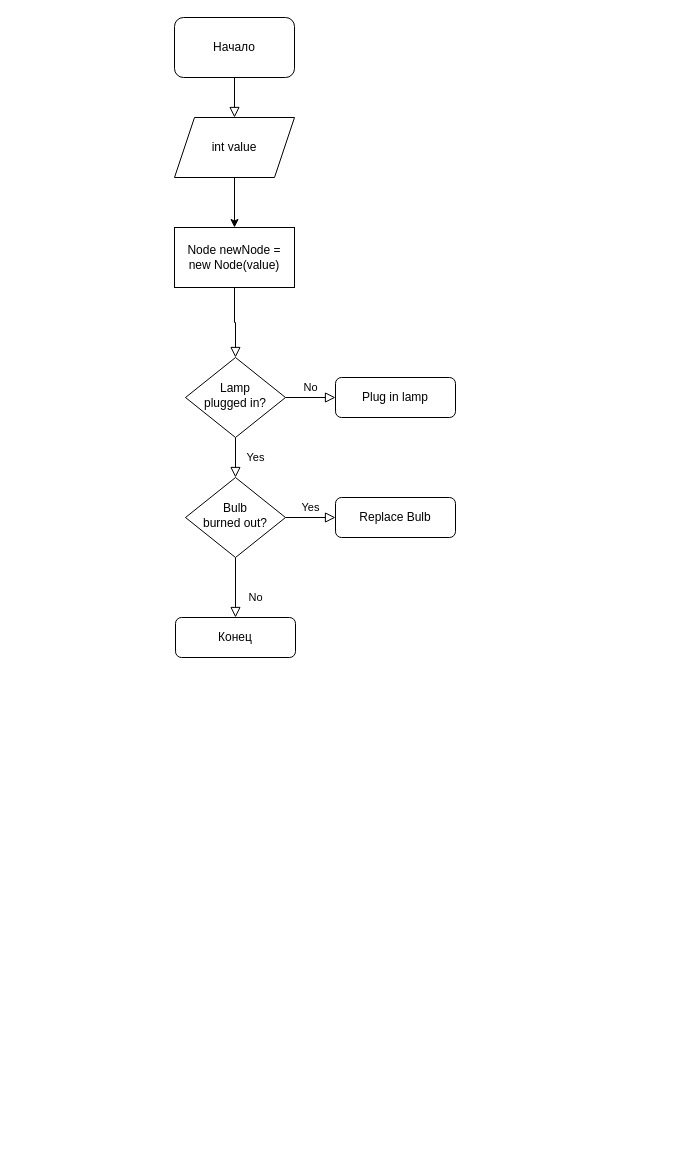
Earlier version of the draw.io diagram Диаграмма без названия.drawio (GokaPek/Noting). Source tidied: cells renumbered, new cells numbered last; positions are measured from the earlier drawing's top-left corner, leaving out a move shared by most shapes. Both pictures are drawn from the tidied source at 100%, with x=0, y=0 at pixel (174, 17).
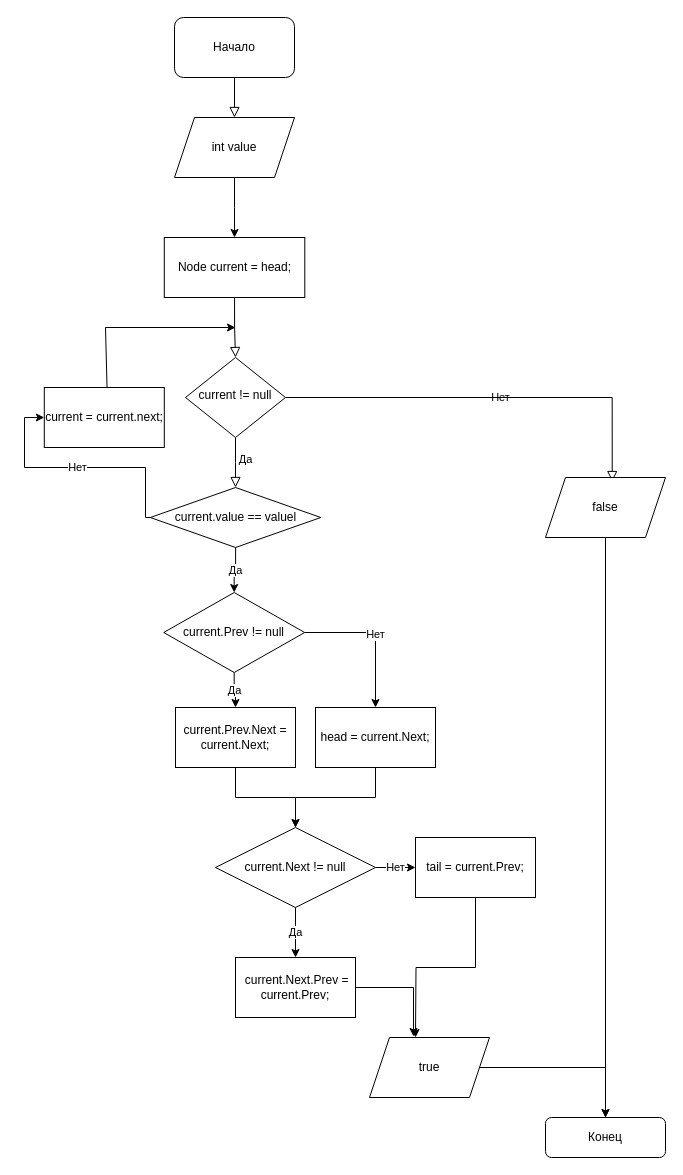
Above is the later version.

What changed in the source:
```diff
@@
-    <mxCell id="3" value="Yes" style="rounded=0;html=1;jettySize=auto;fontSize=11;endArrow=block;endFill=0;endSize=8;strokeWidth=1;shadow=0;labelBackgroundColor=none;edgeStyle=orthogonalEdgeStyle;" parent="1" edge="1" source="5" target="9">
-      <mxGeometry y="20" relative="1" as="geometry" />
+    <mxCell id="3" value="Да" style="rounded=0;html=1;jettySize=auto;fontSize=11;endArrow=block;endFill=0;endSize=8;strokeWidth=1;shadow=0;labelBackgroundColor=none;edgeStyle=orthogonalEdgeStyle;entryX=0.5;entryY=0;entryDx=0;entryDy=0;" parent="1" edge="1" source="5" target="27">
+      <mxGeometry x="-0.11" y="10" relative="1" as="geometry" />
     </mxCell>
-    <mxCell id="4" value="No" style="edgeStyle=orthogonalEdgeStyle;rounded=0;html=1;jettySize=auto;fontSize=11;endArrow=block;endFill=0;endSize=8;strokeWidth=1;shadow=0;labelBackgroundColor=none;" parent="1" edge="1" source="5" target="6">
-      <mxGeometry y="10" relative="1" as="geometry" />
+    <mxCell id="4" value="Нет" style="edgeStyle=orthogonalEdgeStyle;rounded=0;html=1;jettySize=auto;fontSize=11;endArrow=block;endFill=0;endSize=8;strokeWidth=1;shadow=0;labelBackgroundColor=none;entryX=0.556;entryY=0.067;entryDx=0;entryDy=0;entryPerimeter=0;" parent="1" edge="1" source="5" target="20">
+      <mxGeometry y="-10" relative="1" as="geometry">
+        <mxPoint x="10" y="-10" as="offset" />
+      </mxGeometry>
     </mxCell>
-    <mxCell id="5" value="Lamp&lt;br&gt;plugged in?" style="rhombus;whiteSpace=wrap;html=1;shadow=0;fontFamily=Helvetica;fontSize=12;align=center;strokeWidth=1;spacing=6;spacingTop=-4;" parent="1" vertex="1">
+    <mxCell id="5" value="current != null" style="rhombus;whiteSpace=wrap;html=1;shadow=0;fontFamily=Helvetica;fontSize=12;align=center;strokeWidth=1;spacing=6;spacingTop=-4;" parent="1" vertex="1">
       <mxGeometry x="11" y="340" width="100" height="80" as="geometry" />
     </mxCell>
-    <mxCell id="6" value="Plug in lamp" style="rounded=1;whiteSpace=wrap;html=1;fontSize=12;glass=0;strokeWidth=1;shadow=0;" parent="1" vertex="1">
-      <mxGeometry x="161" y="360" width="120" height="40" as="geometry" />
-    </mxCell>
-    <mxCell id="7" value="No" style="rounded=0;html=1;jettySize=auto;fontSize=11;endArrow=block;endFill=0;endSize=8;strokeWidth=1;shadow=0;labelBackgroundColor=none;edgeStyle=orthogonalEdgeStyle;" parent="1" edge="1" source="9" target="10">
-      <mxGeometry x="0.33" y="20" relative="1" as="geometry" />
-    </mxCell>
-    <mxCell id="8" value="Yes" style="edgeStyle=orthogonalEdgeStyle;rounded=0;html=1;jettySize=auto;fontSize=11;endArrow=block;endFill=0;endSize=8;strokeWidth=1;shadow=0;labelBackgroundColor=none;" parent="1" edge="1" source="9" target="11">
-      <mxGeometry y="10" relative="1" as="geometry" />
-    </mxCell>
-    <mxCell id="9" value="Bulb&lt;br&gt;burned out?" style="rhombus;whiteSpace=wrap;html=1;shadow=0;fontFamily=Helvetica;fontSize=12;align=center;strokeWidth=1;spacing=6;spacingTop=-4;" parent="1" vertex="1">
-      <mxGeometry x="11" y="460" width="100" height="80" as="geometry" />
-    </mxCell>
     <mxCell id="10" value="Конец" style="rounded=1;whiteSpace=wrap;html=1;fontSize=12;glass=0;strokeWidth=1;shadow=0;" parent="1" vertex="1">
-      <mxGeometry x="1" y="600" width="120" height="40" as="geometry" />
+      <mxGeometry x="371" y="1100" width="120" height="40" as="geometry" />
     </mxCell>
-    <mxCell id="11" value="Replace Bulb" style="rounded=1;whiteSpace=wrap;html=1;fontSize=12;glass=0;strokeWidth=1;shadow=0;" parent="1" vertex="1">
-      <mxGeometry x="161" y="480" width="120" height="40" as="geometry" />
-    </mxCell>
@@
-    <mxCell id="16" value="Node newNode = new Node(value)" style="rounded=0;whiteSpace=wrap;html=1;" parent="1" vertex="1">
-      <mxGeometry y="210" width="120" height="60" as="geometry" />
+    <mxCell id="16" value="Node current = head;" style="rounded=0;whiteSpace=wrap;html=1;" parent="1" vertex="1">
+      <mxGeometry x="-10.2" y="220" width="140.5" height="60" as="geometry" />
     </mxCell>
+    <mxCell id="17" style="edgeStyle=orthogonalEdgeStyle;rounded=0;jettySize=auto;html=1;entryX=0.5;entryY=0;entryDx=0;entryDy=0;" parent="1" edge="1" source="18" target="10">
+      <mxGeometry relative="1" as="geometry" />
+    </mxCell>
+    <mxCell id="18" value="true" style="shape=parallelogram;perimeter=parallelogramPerimeter;whiteSpace=wrap;html=1;fixedSize=1;" parent="1" vertex="1">
+      <mxGeometry x="195" y="1020" width="120" height="60" as="geometry" />
+    </mxCell>
+    <mxCell id="19" style="edgeStyle=orthogonalEdgeStyle;rounded=0;jettySize=auto;html=1;entryX=0.5;entryY=0;entryDx=0;entryDy=0;" parent="1" edge="1" source="20" target="10">
+      <mxGeometry relative="1" as="geometry" />
+    </mxCell>
+    <mxCell id="20" value="false" style="shape=parallelogram;perimeter=parallelogramPerimeter;whiteSpace=wrap;html=1;fixedSize=1;" parent="1" vertex="1">
+      <mxGeometry x="371" y="460" width="120" height="60" as="geometry" />
+    </mxCell>
+    <mxCell id="21" value="Да" style="edgeStyle=orthogonalEdgeStyle;rounded=0;jettySize=auto;html=1;entryX=0.5;entryY=0;entryDx=0;entryDy=0;" parent="1" edge="1" source="23" target="25">
+      <mxGeometry relative="1" as="geometry" />
+    </mxCell>
+    <mxCell id="22" value="Нет" style="edgeStyle=orthogonalEdgeStyle;rounded=0;jettySize=auto;html=1;entryX=0.5;entryY=0;entryDx=0;entryDy=0;" parent="1" edge="1" source="23" target="33">
+      <mxGeometry relative="1" as="geometry" />
+    </mxCell>
+    <mxCell id="23" value="current.Prev != null" style="rhombus;whiteSpace=wrap;html=1;" parent="1" vertex="1">
+      <mxGeometry x="-10.8" y="575" width="141" height="80" as="geometry" />
+    </mxCell>
+    <mxCell id="24" style="edgeStyle=orthogonalEdgeStyle;rounded=0;jettySize=auto;html=1;entryX=0.5;entryY=0;entryDx=0;entryDy=0;" parent="1" edge="1" source="25" target="35">
+      <mxGeometry relative="1" as="geometry" />
+    </mxCell>
+    <mxCell id="25" value="current.Prev.Next = current.Next;" style="rounded=0;whiteSpace=wrap;html=1;" parent="1" vertex="1">
+      <mxGeometry x="1" y="690" width="120" height="60" as="geometry" />
+    </mxCell>
+    <mxCell id="26" value="Нет" style="edgeStyle=orthogonalEdgeStyle;rounded=0;jettySize=auto;html=1;entryX=0;entryY=0.5;entryDx=0;entryDy=0;exitX=0;exitY=0.5;exitDx=0;exitDy=0;" parent="1" edge="1" source="27" target="29">
+      <mxGeometry relative="1" as="geometry">
+        <Array as="points">
+          <mxPoint x="-29" y="500" />
+          <mxPoint x="-29" y="450" />
+          <mxPoint x="-150" y="450" />
+          <mxPoint x="-150" y="400" />
+        </Array>
+      </mxGeometry>
+    </mxCell>
+    <mxCell id="27" value="current.value == valuel" style="rhombus;whiteSpace=wrap;html=1;" parent="1" vertex="1">
+      <mxGeometry x="-24.2" y="470" width="170.5" height="60" as="geometry" />
+    </mxCell>
+    <mxCell id="28" value="Да" style="edgeStyle=orthogonalEdgeStyle;rounded=0;jettySize=auto;html=1;entryX=0.5;entryY=0;entryDx=0;entryDy=0;" parent="1" edge="1" source="27" target="23">
+      <mxGeometry relative="1" as="geometry" />
+    </mxCell>
+    <mxCell id="29" value="current = current.next;" style="rounded=0;whiteSpace=wrap;html=1;" parent="1" vertex="1">
+      <mxGeometry x="-130.2" y="370" width="120" height="60" as="geometry" />
+    </mxCell>
+    <mxCell id="30" style="endArrow=classic;html=1;rounded=0;" parent="1" edge="1">
+      <mxGeometry relative="1" as="geometry">
+        <mxPoint x="-69" y="310" as="sourcePoint" />
+        <mxPoint x="61" y="310" as="targetPoint" />
+      </mxGeometry>
+    </mxCell>
+    <mxCell id="31" style="endArrow=none;html=1;rounded=0;exitX=0.523;exitY=0.004;exitDx=0;exitDy=0;exitPerimeter=0;" parent="1" edge="1" source="29">
+      <mxGeometry relative="1" as="geometry">
+        <mxPoint x="-69" y="310" as="targetPoint" />
+      </mxGeometry>
+    </mxCell>
+    <mxCell id="32" style="edgeStyle=orthogonalEdgeStyle;rounded=0;jettySize=auto;html=1;" parent="1" edge="1" source="33" target="35">
+      <mxGeometry relative="1" as="geometry" />
+    </mxCell>
+    <mxCell id="33" value="head = current.Next;" style="rounded=0;whiteSpace=wrap;html=1;" parent="1" vertex="1">
+      <mxGeometry x="141" y="690" width="120" height="60" as="geometry" />
+    </mxCell>
+    <mxCell id="34" value="Нет" style="edgeStyle=orthogonalEdgeStyle;rounded=0;jettySize=auto;html=1;exitX=1;exitY=0.5;exitDx=0;exitDy=0;entryX=0;entryY=0.5;entryDx=0;entryDy=0;" parent="1" edge="1" source="35" target="39">
+      <mxGeometry relative="1" as="geometry" />
+    </mxCell>
+    <mxCell id="35" value="current.Next != null" style="rhombus;whiteSpace=wrap;html=1;" parent="1" vertex="1">
+      <mxGeometry x="41" y="810" width="160" height="80" as="geometry" />
+    </mxCell>
+    <mxCell id="36" value="&amp;nbsp;current.Next.Prev = current.Prev;" style="rounded=0;whiteSpace=wrap;html=1;" parent="1" vertex="1">
+      <mxGeometry x="61" y="940" width="120" height="60" as="geometry" />
+    </mxCell>
+    <mxCell id="37" value="Да" style="edgeStyle=orthogonalEdgeStyle;rounded=0;jettySize=auto;html=1;entryX=0.5;entryY=0;entryDx=0;entryDy=0;" parent="1" edge="1" source="35" target="36">
+      <mxGeometry relative="1" as="geometry" />
+    </mxCell>
+    <mxCell id="38" style="edgeStyle=orthogonalEdgeStyle;rounded=0;jettySize=auto;html=1;" parent="1" edge="1" source="39">
+      <mxGeometry relative="1" as="geometry">
+        <mxPoint x="241" y="1020" as="targetPoint" />
+      </mxGeometry>
+    </mxCell>
+    <mxCell id="39" value="tail = current.Prev;" style="rounded=0;whiteSpace=wrap;html=1;" parent="1" vertex="1">
+      <mxGeometry x="241" y="820" width="120" height="60" as="geometry" />
+    </mxCell>
+    <mxCell id="40" style="edgeStyle=orthogonalEdgeStyle;rounded=0;jettySize=auto;html=1;entryX=0.367;entryY=-0.017;entryDx=0;entryDy=0;entryPerimeter=0;" parent="1" edge="1" source="36" target="18">
+      <mxGeometry relative="1" as="geometry" />
+    </mxCell>
```
